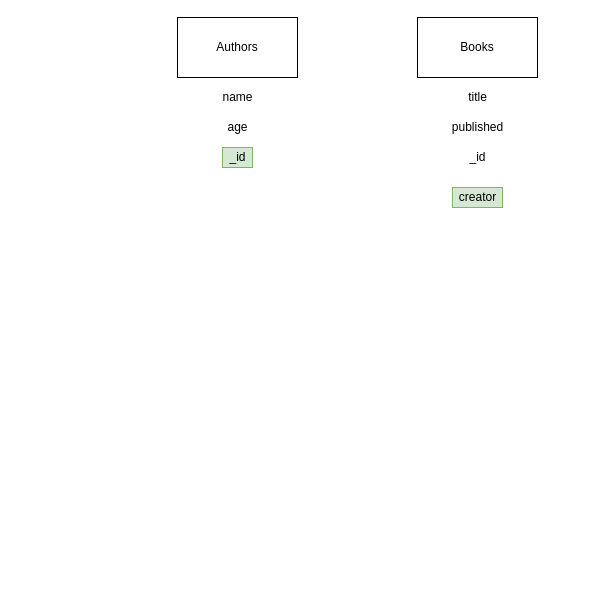
The draw.io diagram page "Page-9" (9 of 9) of refs/diagrams.drawio in synergy2411/mar-22-brillo, before the edit. Source tidied: cells renumbered, new cells numbered last; positions are measured from the earlier drawing's top-left corner, leaving out a move shared by most shapes. Both pictures are drawn from the tidied source at 100%, with x=0, y=0 at pixel (177, 17).
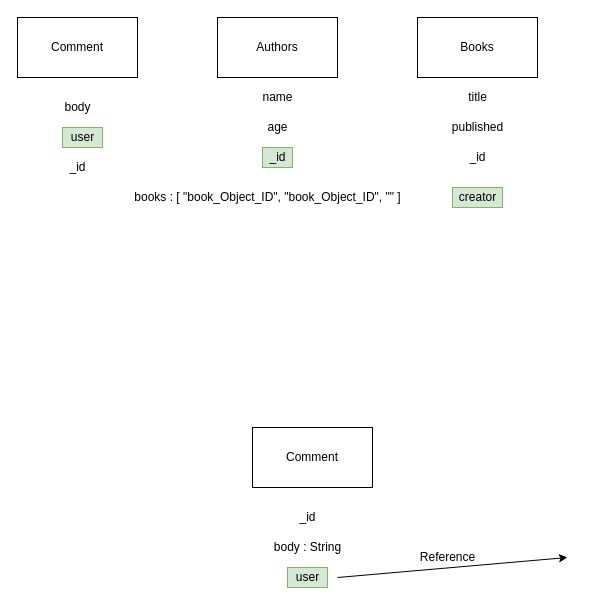
After the change.

Change to the diagram source:
```diff
@@
     <mxCell id="2" value="Authors" style="rounded=0;whiteSpace=wrap;html=1;" parent="1" vertex="1">
-      <mxGeometry width="120" height="60" as="geometry" />
+      <mxGeometry x="40" width="120" height="60" as="geometry" />
     </mxCell>
@@
     <mxCell id="4" value="name" style="text;html=1;align=center;verticalAlign=middle;strokeColor=none;fillColor=none;" parent="1" vertex="1">
-      <mxGeometry x="35" y="70" width="50" height="20" as="geometry" />
+      <mxGeometry x="75" y="70" width="50" height="20" as="geometry" />
     </mxCell>
     <mxCell id="5" value="age" style="text;html=1;align=center;verticalAlign=middle;strokeColor=none;fillColor=none;" parent="1" vertex="1">
-      <mxGeometry x="40" y="100" width="40" height="20" as="geometry" />
+      <mxGeometry x="80" y="100" width="40" height="20" as="geometry" />
     </mxCell>
     <mxCell id="6" value="_id" style="text;html=1;align=center;verticalAlign=middle;strokeColor=#82b366;fillColor=#d5e8d4;" parent="1" vertex="1">
-      <mxGeometry x="45" y="130" width="30" height="20" as="geometry" />
+      <mxGeometry x="85" y="130" width="30" height="20" as="geometry" />
     </mxCell>
@@
+    <mxCell id="11" value="Comment" style="rounded=0;whiteSpace=wrap;html=1;" parent="1" vertex="1">
+      <mxGeometry x="-160" width="120" height="60" as="geometry" />
+    </mxCell>
+    <mxCell id="12" value="body" style="text;html=1;align=center;verticalAlign=middle;strokeColor=none;fillColor=none;" parent="1" vertex="1">
+      <mxGeometry x="-120" y="80" width="40" height="20" as="geometry" />
+    </mxCell>
+    <mxCell id="13" value="user" style="text;html=1;align=center;verticalAlign=middle;strokeColor=#82b366;fillColor=#d5e8d4;" parent="1" vertex="1">
+      <mxGeometry x="-115" y="110" width="40" height="20" as="geometry" />
+    </mxCell>
+    <mxCell id="14" value="_id" style="text;html=1;align=center;verticalAlign=middle;strokeColor=none;fillColor=none;" parent="1" vertex="1">
+      <mxGeometry x="-115" y="140" width="30" height="20" as="geometry" />
+    </mxCell>
+    <mxCell id="15" value="Comment" style="rounded=0;whiteSpace=wrap;html=1;" parent="1" vertex="1">
+      <mxGeometry x="75" y="410" width="120" height="60" as="geometry" />
+    </mxCell>
+    <mxCell id="16" value="_id" style="text;html=1;align=center;verticalAlign=middle;strokeColor=none;fillColor=none;" parent="1" vertex="1">
+      <mxGeometry x="115" y="490" width="30" height="20" as="geometry" />
+    </mxCell>
+    <mxCell id="17" value="body : String" style="text;html=1;align=center;verticalAlign=middle;strokeColor=none;fillColor=none;" parent="1" vertex="1">
+      <mxGeometry x="90" y="520" width="80" height="20" as="geometry" />
+    </mxCell>
+    <mxCell id="18" value="user" style="text;html=1;align=center;verticalAlign=middle;strokeColor=#82b366;fillColor=#d5e8d4;" parent="1" vertex="1">
+      <mxGeometry x="110" y="550" width="40" height="20" as="geometry" />
+    </mxCell>
+    <mxCell id="19" style="endArrow=classic;html=1;rounded=0;" parent="1" edge="1">
+      <mxGeometry relative="1" as="geometry">
+        <mxPoint x="160" y="560" as="sourcePoint" />
+        <mxPoint x="390" y="540" as="targetPoint" />
+      </mxGeometry>
+    </mxCell>
+    <mxCell id="20" value="Reference" style="text;html=1;align=center;verticalAlign=middle;strokeColor=none;fillColor=none;" parent="1" vertex="1">
+      <mxGeometry x="235" y="530" width="70" height="20" as="geometry" />
+    </mxCell>
+    <mxCell id="21" value="books : [ &quot;book_Object_ID&quot;, &quot;book_Object_ID&quot;, &quot;&quot; ]" style="text;html=1;align=center;verticalAlign=middle;strokeColor=none;fillColor=none;" parent="1" vertex="1">
+      <mxGeometry x="-50" y="170" width="280" height="20" as="geometry" />
+    </mxCell>
```
